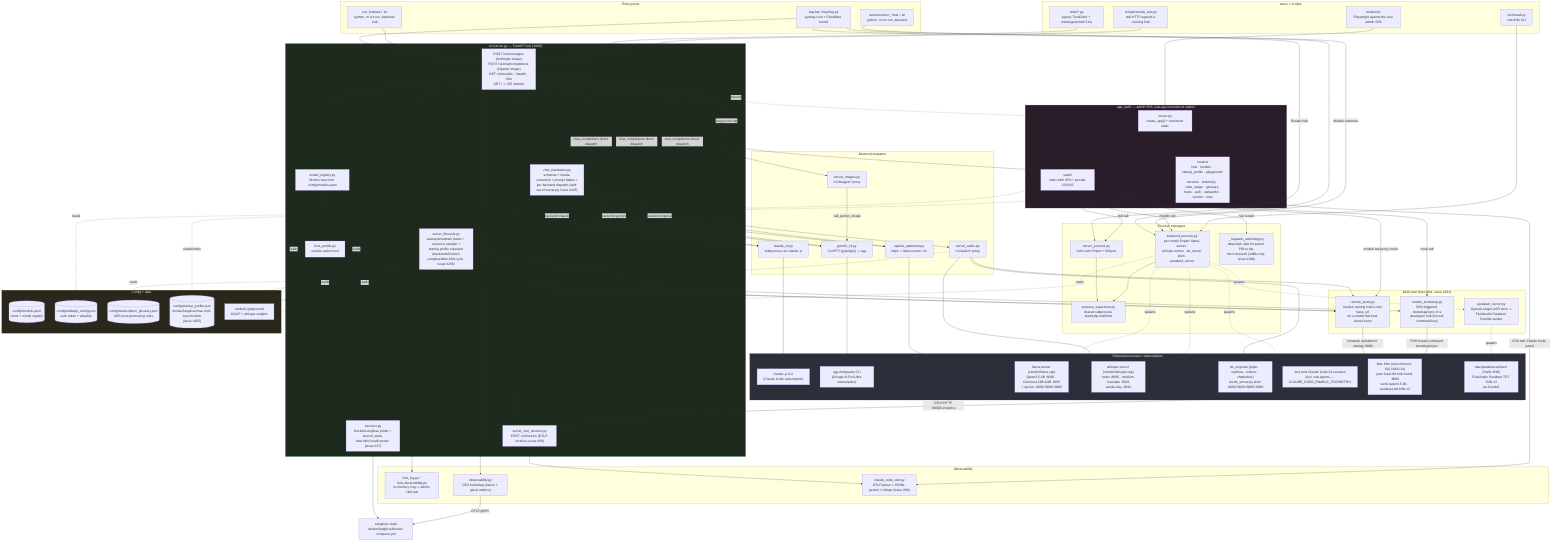
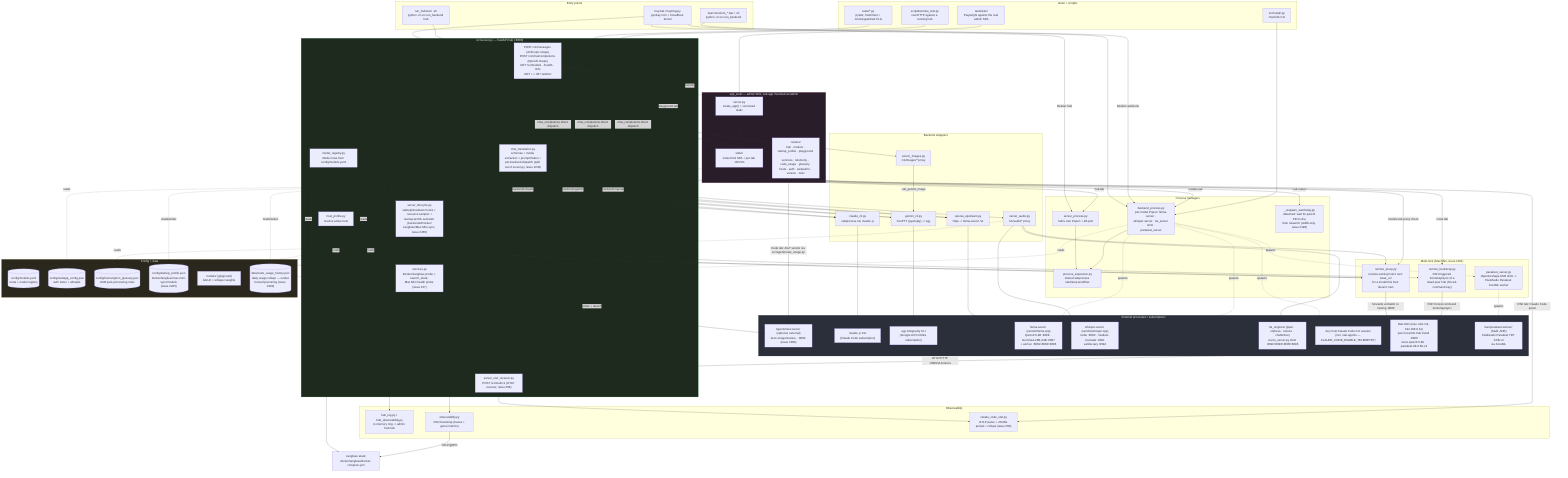
%% docs/architecture.mmd — local-llm-hub's own internal structure.
%% Hand-authored, not generated — companion to the fleet-wide convention in
%% ferraroroberto/fleet-config#256 (see that repo's own docs/architecture.mmd
%% for the reference dogfood). This is deliberately smaller than
%% docs/project-structure.md's three detailed diagrams (component/module/
%% sequence) — it's the one-glance map; project-structure.md stays the deep
%% reference. Update this diagram in the same PR as any material structural
%% change (a backend added/removed, a router moved, a process manager
%% relocated) — same anti-staleness contract as this repo's own `.fleet.toml`
%% `description` field.

flowchart TB
  subgraph entry["Entry points"]
    TRAY["tray.bat / tray/tray.py\npystray icon + Cloudflare tunnel"]
    RUNHUB["run_hub.bat / .sh\npython -m src.run_backend hub"]
    RUNMODEL["launchers/run_*.bat / .sh\npython -m src.run_backend <model_id>"]
  end

  subgraph core["src/server.py — FastAPI hub (:8000)"]
    SRV["POST /v1/messages (Anthropic shape)\nPOST /v1/chat/completions (OpenAI shape)\nGET /v1/models · /health · /info\nGET / -> 307 /admin/"]
    CHATT["chat_translation.py\nschemas + media extraction + prompt flatten +\nper-backend dispatch (split out of server.py, issue #245)"]
    LIFECYCLE["server_lifecycle.py\nstartup/shutdown hooks + resource sampler +\nstartup-profile autostart (backends/Docker/\nLangfuse/Mac-Mini-sync, issue #265)"]
    REG["model_registry.py\nModel rows from config/models.yaml"]
    HOSTP["host_profile.py\nresolve active host"]
    OTELRECV["server_otel_receiver.py\nPOST /v1/metrics (OTLP receiver, issue #68)"]
    SVC["services.py\nDocker/Langfuse probe + launch_stack,\nMac Mini health probe (issue #27)"]
  end
  TRAY --> SRV
  RUNHUB --> SRV
  SRV --> CHATT
  SRV --> LIFECYCLE
  SRV --> REG
  REG --> HOSTP
  LIFECYCLE --> SVC
  LIFECYCLE --> REMOTEBOOT
  SVC --> LANGFUSE
+   SVC -->|probe + launch| AGENTSVIEW

  subgraph routing["Backend wrappers"]
    CLAUDECLI["claude_cli.py\nsubprocess.run claude -p"]
    GEMINICLI["gemini_cli.py\nConPTY (pywinpty) -> agy"]
    OAIUP["openai_upstream.py\nhttpx -> llama-server /v1"]
    AUDIOR["server_audio.py\n/v1/audio/* proxy"]
    IMAGESR["server_images.py\n/v1/images/* proxy"]
  end
  CHATT -->|backend=claude| CLAUDECLI
  CHATT -->|backend=gemini| GEMINICLI
  CHATT -->|backend=openai| OAIUP
  SRV -->|chat_completions direct dispatch| CLAUDECLI
  SRV -->|chat_completions direct dispatch| GEMINICLI
  SRV -->|chat_completions direct dispatch| OAIUP
  SRV --> AUDIOR
  SRV --> IMAGESR
  SRV --> OTELRECV
  IMAGESR -->|call_gemini_image| GEMINICLI

  subgraph multihost["Multi-host (Mac Mini, issue #181)"]
    REMOTEPROXY["remote_proxy.py\nresolve owning host's own base_url\nfor a model this host doesn't own"]
    REMOTEBOOT["remote_bootstrap.py\nSSH-triggered bootstrap/sync of a\ndead peer hub (forced-command key)"]
    PARAKEETSRV["parakeet_server.py\nOpenAI-shape ASR shim ->\nFluidAudio Parakeet CoreML worker"]
  end
  CHATT --> REMOTEPROXY
  SRV --> REMOTEPROXY
  AUDIOR --> REMOTEPROXY
  WROUT -->|models tab proxy check| REMOTEPROXY
  WROUT -->|hosts tab| REMOTEBOOT

  subgraph procmgr["Process managers"]
    SUPERVISOR["process_supervisor.py\nshared subprocess start/stop workflow"]
    SERVPROC["server_process.py\nhub's own Popen + kill-port"]
    BACKPROC["backend_process.py\nper-model Popen: llama-server ·\nwhisper-server · tts_server shim ·\nparakeet_server"]
    WATCHDOG["_respawn_watchdog.py\ndetached: wait for parent PID to die,\nthen relaunch (stdlib-only, issue #198)"]
  end
  RUNMODEL --> BACKPROC
  TRAY -->|Models submenu| BACKPROC
  TRAY -->|Restart hub| SERVPROC
  SERVPROC --> SUPERVISOR
  BACKPROC --> SUPERVISOR
  BACKPROC -.spawns.-> PARAKEETSRV

  subgraph ext["External processes / subscriptions"]
    CLAUDEBIN["claude -p CLI\n(Claude Code subscription)"]
    AGYBIN["agy Antigravity CLI\n(Google AI Pro/Ultra subscription)"]
    LLAMA["llama-server (vendor/llama.cpp)\nQwen3.5-4B :8088 · Gemma4-26B-A4B :8087\n+ ad-hoc :8081/:8082/:8086"]
    WHISPER["whisper-server (vendor/whisper.cpp)\nturbo :8090 · medium-translate :8091\nvanilla lazy :8094"]
    TTS["tts_engines/ (piper · orpheus · kokoro · chatterbox)\nvia tts_server.py shim :8092/:8093/:8095/:8096"]
    CCHOST["Any host Claude Code CLI session\n(incl. sub-agents — CLAUDE_CODE_ENABLE_TELEMETRY)"]
    MACMINI["Mac Mini (mac-mini-m4, 192.168.0.14)\npeer local-llm-hub install :8000\nowns qwen3.5-9b · parakeet-tdt-0.6b-v3"]
    PARAKEETWORKER["mac/parakeet-worker/ (Swift, ANE)\nFluidAudio Parakeet TDT 0.6B v3\nvia CoreML"]
+     AGENTSVIEW["AgentsView server (optional, external)\nkenn-io/agentsview · :8080 (issue #280)"]
  end
  CLAUDECLI --> CLAUDEBIN
  GEMINICLI --> AGYBIN
  OAIUP --> LLAMA
  AUDIOR --> WHISPER
  AUDIOR --> TTS
  BACKPROC -.spawns.-> LLAMA
  BACKPROC -.spawns.-> WHISPER
  BACKPROC -.spawns.-> TTS
  CCHOST -->|OTLP/HTTP :8000/v1/metrics| OTELRECV
  REMOTEPROXY -->|forwards verbatim to owning :8000| MACMINI
  REMOTEBOOT -->|SSH forced-command bootstrap/sync| MACMINI
  PARAKEETSRV -.spawns.-> PARAKEETWORKER

  subgraph admin["app_web/ — admin SPA, sub-app mounted at /admin"]
    WSRV["server.py\ncreate_app() + versioned static"]
    WROUT["routers/\nhub · models · startup_profile · playground ·\nservices · telemetry · code_usage · glossary ·\nhosts · auth · webauthn · version · misc"]
    WSTATIC["static/\nindex.html SPA + per-tab JS/CSS"]
  end
  SRV -.mounts.-> WSRV
  WSRV --> WROUT
  WSRV --> WSTATIC
  WROUT -->|hub tab| SERVPROC
  WROUT -->|hub restart| WATCHDOG
  WROUT -->|models tab| BACKPROC
  WROUT -->|playground tab| SRV

  subgraph obs["Observability"]
    HUBLOG["hub_log.py / hub_observability.py\nin-memory ring -> admin Hub tab"]
    OTEL["observability.py\nOTel bootstrap (traces + genai metrics)"]
    CCOTEL["claude_code_otel.py\nOTLP parse + JSONL persist + rollups (issue #68)"]
  end
  SRV --> HUBLOG
  SRV --> OTEL
  OTEL -->|OTLP/gRPC| LANGFUSE["Langfuse stack\ndocker/langfuse/docker-compose.yml"]
  OTELRECV --> CCOTEL
  WROUT -->|OTel tab: Claude Code panel| CCOTEL
+   WROUT -->|Code tab: AGY vendor via src/agentsview_usage.py| AGENTSVIEW

  subgraph cfg["Config + data"]
    MODELSYAML[("config/models.yaml\nhosts + model registry")]
    WEBCFG[("config/webapp_config.json\nauth token + allowlist")]
    GLOSSARY[("config/transcription_glossary.json\nASR post-processing rules")]
    STARTUPCFG[("config/startup_profile.json\ndocker/langfuse/mac-mini-sync/models\n(issue #265)")]
    MODELSDIR["models/ (gitignored)\nGGUF + whisper weights"]
+     USAGEHIST[("data/code_usage_history.json\ndaily usage rollups — outlive\ntranscript pruning (issue #280)")]
  end
  REG -.reads.-> MODELSYAML
  HOSTP -.reads.-> MODELSYAML
  WSRV -.reads.-> WEBCFG
  AUDIOR -.reads.-> GLOSSARY
  BACKPROC -.reads.-> MODELSDIR
  REG -.reads.-> STARTUPCFG
  LIFECYCLE -.reads.-> STARTUPCFG
  WROUT -.reads/writes.-> STARTUPCFG
+   WROUT -.reads/writes.-> USAGEHIST

  subgraph tests["tests/ + scripts/"]
    UNITTESTS["tests/*.py\npytest, TestClient + monkeypatched CLIs"]
    E2E["tests/e2e/\nPlaywright against the real admin SPA"]
    SMOKE["scripts/smoke_test.py\nreal HTTP against a running hub"]
    INSTALL["src/install.py\ncheck/fix CLI"]
  end
  UNITTESTS --> SRV
  E2E --> WSRV
  SMOKE --> SRV
  INSTALL --> BACKPROC

  classDef ext fill:#2a2f3a,stroke:#555,color:#eee
  classDef hub fill:#1d2a1d,stroke:#4a7,color:#eee
  classDef ui fill:#2a1d2a,stroke:#a47,color:#eee
  classDef cfgnode fill:#2a281d,stroke:#a94,color:#eee
  class ext ext
  class core hub
  class admin ui
  class cfg cfgnode
